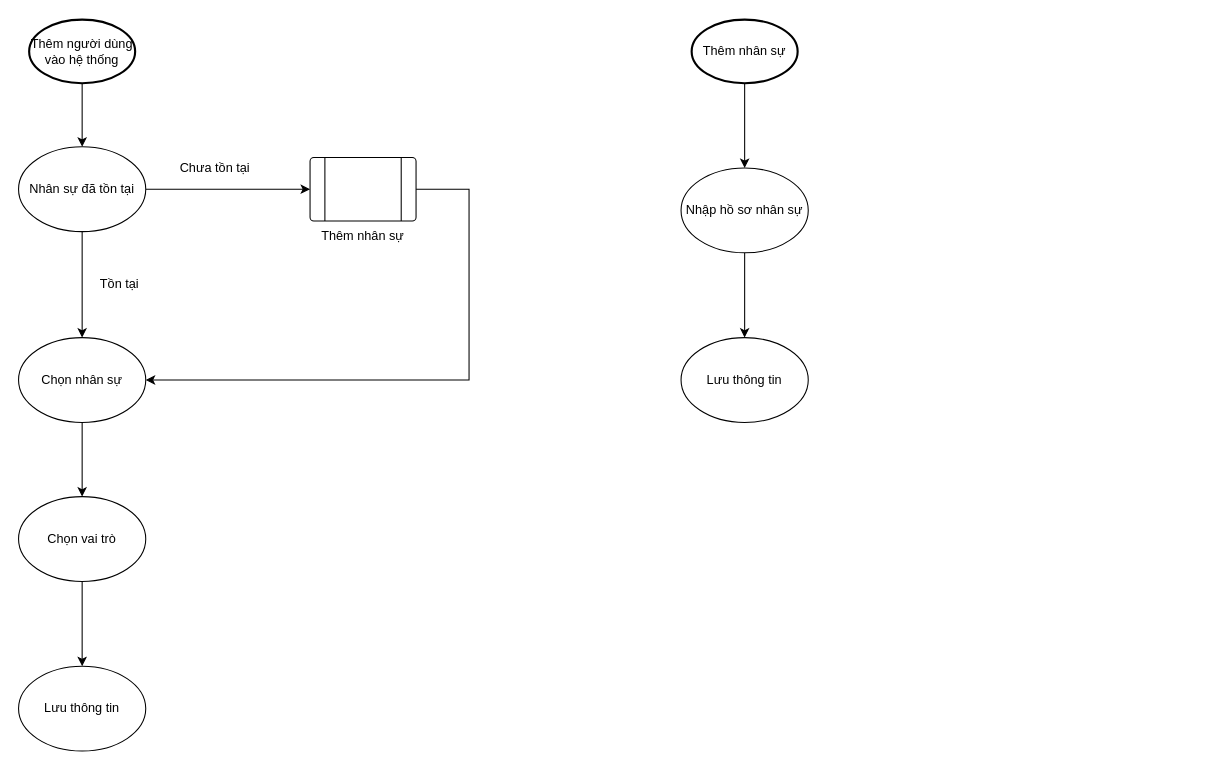
Earlier version of the draw.io diagram [BPM] Rabiloo HRM.drawio (b0bby0ne/business-analyst). Source tidied: cells renumbered, new cells numbered last; positions are measured from the earlier drawing's top-left corner, leaving out a move shared by most shapes. Both pictures are drawn from the tidied source at 106%, with x=0, y=0 at pixel (18, 19).
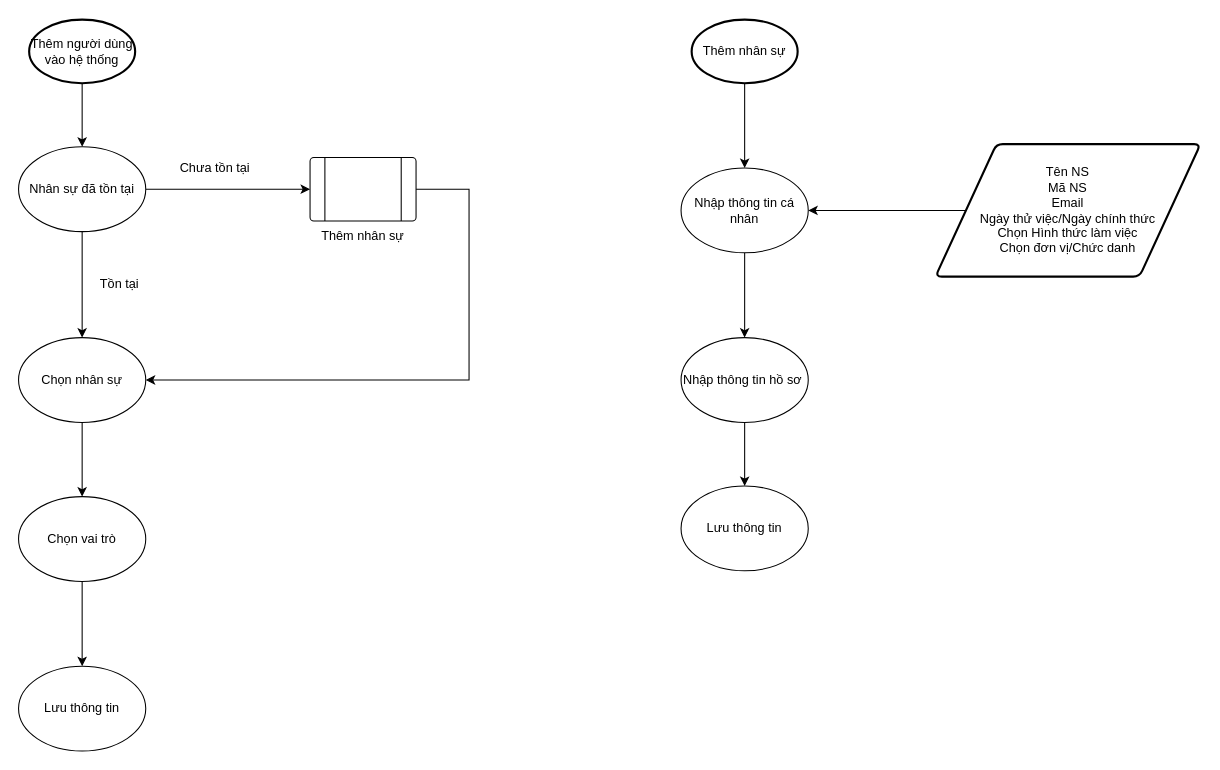
After the change.

What changed in the source:
```diff
@@
-    <mxCell id="17" style="edgeStyle=orthogonalEdgeStyle;rounded=0;jettySize=auto;html=1;" parent="1" edge="1" source="18" target="20">
-      <mxGeometry relative="1" as="geometry" />
-    </mxCell>
+    <mxCell id="21" style="edgeStyle=orthogonalEdgeStyle;rounded=0;jettySize=auto;html=1;entryX=0.5;entryY=0;entryDx=0;entryDy=0;" parent="1" edge="1" source="18" target="25">
+      <mxGeometry relative="1" as="geometry" />
+    </mxCell>
-    <mxCell id="18" value="Nhập hồ sơ nhân sự" style="ellipse;whiteSpace=wrap;html=1;" parent="1" vertex="1">
+    <mxCell id="18" value="Nhập thông tin cá nhân" style="ellipse;whiteSpace=wrap;html=1;" parent="1" vertex="1">
       <mxGeometry x="625" y="140" width="120" height="80" as="geometry" />
     </mxCell>
@@
     <mxCell id="20" value="Lưu thông tin" style="ellipse;whiteSpace=wrap;html=1;" parent="1" vertex="1">
-      <mxGeometry x="625" y="300" width="120" height="80" as="geometry" />
+      <mxGeometry x="625" y="440" width="120" height="80" as="geometry" />
     </mxCell>
+    <mxCell id="22" style="edgeStyle=orthogonalEdgeStyle;rounded=0;jettySize=auto;html=1;entryX=1;entryY=0.5;entryDx=0;entryDy=0;" parent="1" edge="1" source="23" target="18">
+      <mxGeometry relative="1" as="geometry" />
+    </mxCell>
+    <mxCell id="23" value="Tên NS&lt;br&gt;Mã NS&lt;br&gt;Email&lt;br&gt;Ngày thử việc/Ngày chính thức&lt;br&gt;Chọn Hình thức làm việc&lt;br&gt;Chọn đơn vị/Chức danh" style="shape=parallelogram;html=1;strokeWidth=2;perimeter=parallelogramPerimeter;whiteSpace=wrap;rounded=1;arcSize=12;size=0.23;" parent="1" vertex="1">
+      <mxGeometry x="865" y="117.5" width="250" height="125" as="geometry" />
+    </mxCell>
+    <mxCell id="24" style="edgeStyle=orthogonalEdgeStyle;rounded=0;jettySize=auto;html=1;entryX=0.5;entryY=0;entryDx=0;entryDy=0;" parent="1" edge="1" source="25" target="20">
+      <mxGeometry relative="1" as="geometry" />
+    </mxCell>
+    <mxCell id="25" value="Nhập thông tin hồ sơ&amp;nbsp;" style="ellipse;whiteSpace=wrap;html=1;" parent="1" vertex="1">
+      <mxGeometry x="625" y="300" width="120" height="80" as="geometry" />
+    </mxCell>
```
